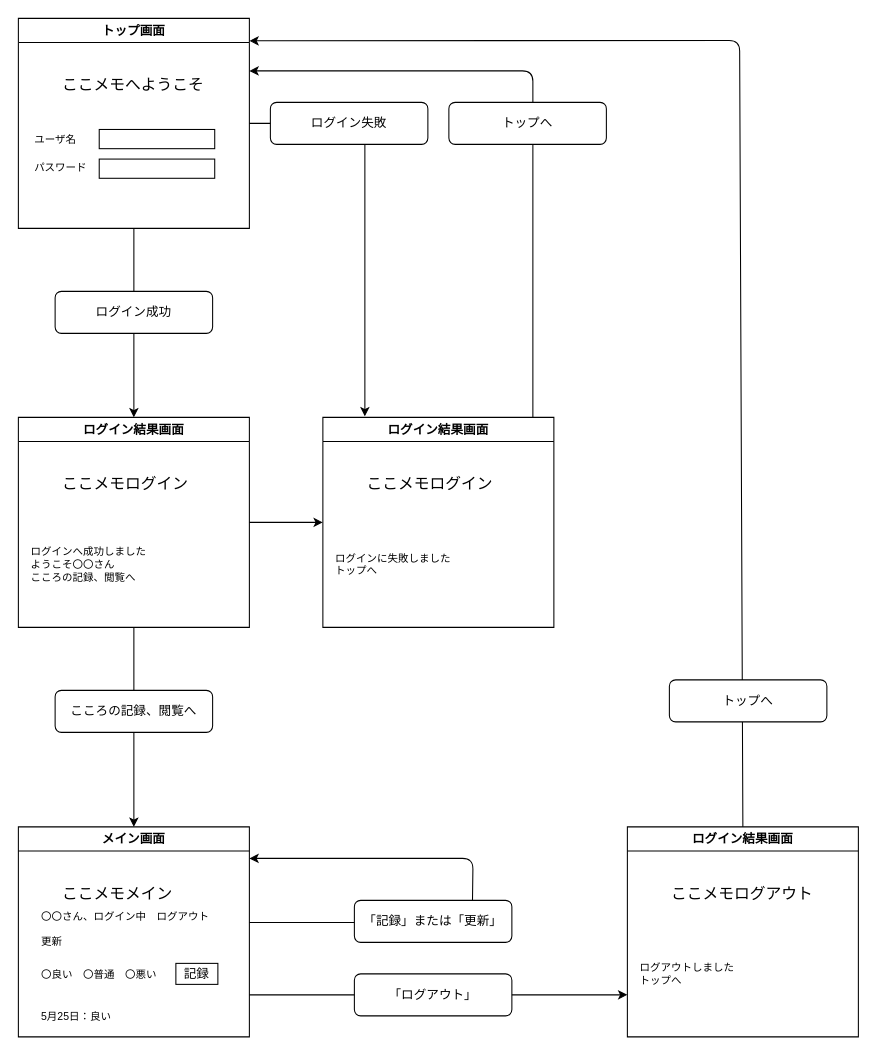
Above: gamennsennizu..dio in hana0211557/Kokomemo (draw.io), before the change. Source tidied: cells renumbered, new cells numbered last; positions are measured from the earlier drawing's top-left corner, leaving out a move shared by most shapes. Both pictures are drawn from the tidied source at 105%, with x=0, y=0 at pixel (18, 18).
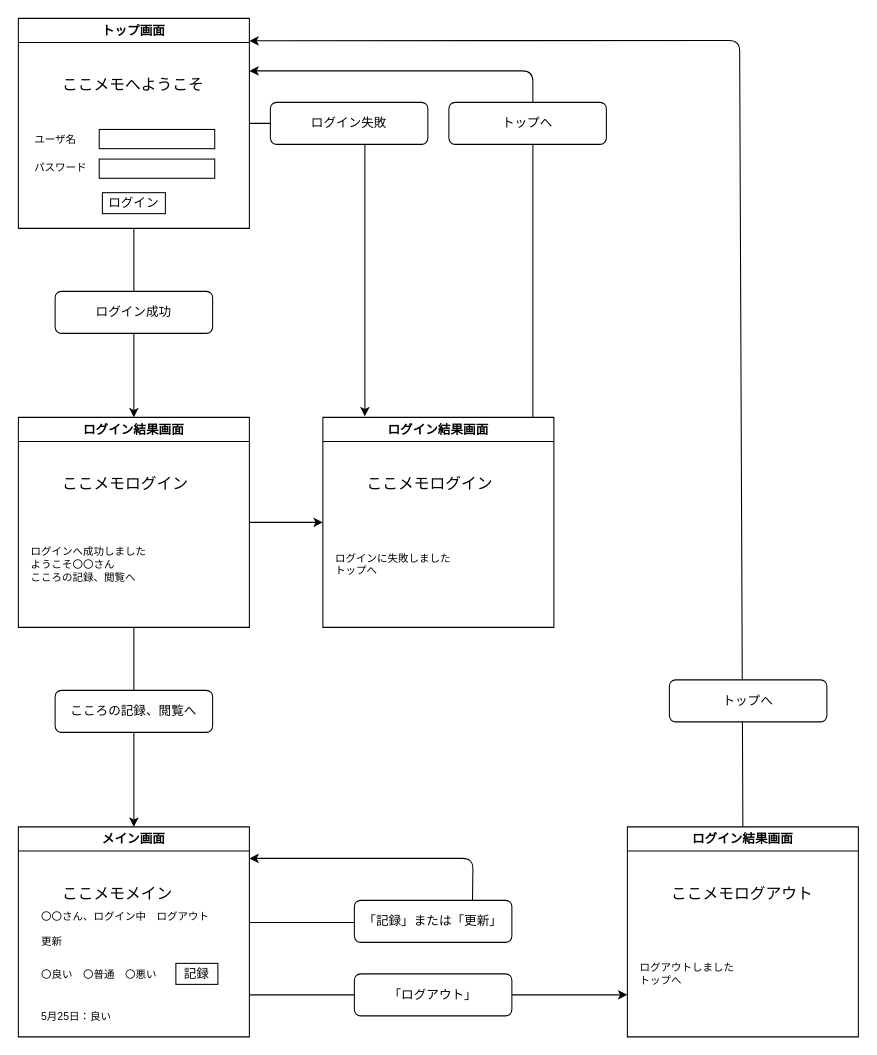
Above is the later version.

Commit message:
画面遷移図完成、コードを作成し始めました

The change refers to these unchanged cells:
```xml
<mxCell id="3" value="トップ画面" style="swimlane;whiteSpace=wrap;html=1;" parent="2" vertex="1">
  <mxGeometry width="220" height="200" as="geometry" />
</mxCell>
```

Diff of the diagram source:
```diff
@@
+    <mxCell id="42" value="ログイン" style="rounded=0;whiteSpace=wrap;html=1;" parent="3" vertex="1">
+      <mxGeometry x="80" y="166" width="60" height="20" as="geometry" />
+    </mxCell>
```
